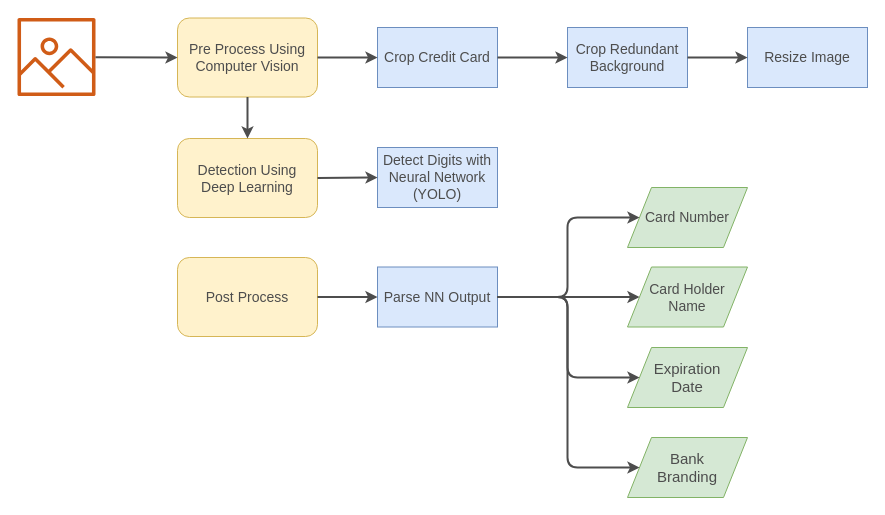
Above: Presentation/Diagrams/CreditCard.drawio in mikimakmel/Simpliify (draw.io), before the change. Source tidied: cells renumbered, new cells numbered last; positions are measured from the earlier drawing's top-left corner, leaving out a move shared by most shapes. Both pictures are drawn from the tidied source at 100%, with x=0, y=0 at pixel (17, 17).
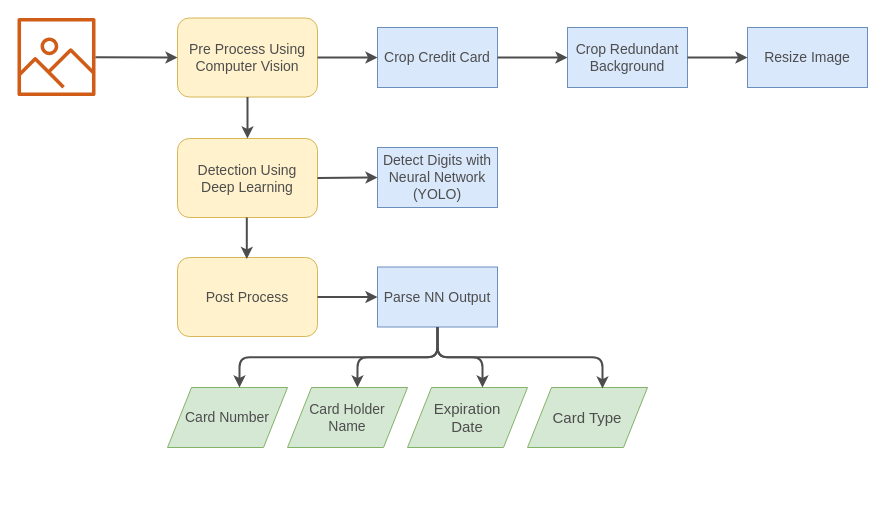
After the change.

Unchanged cells that the change refers to:
```xml
<mxCell id="7" value="&lt;font color=&quot;#4d4d4d&quot;&gt;&lt;span style=&quot;font-size: 14px&quot;&gt;Parse NN Output&lt;/span&gt;&lt;/font&gt;" style="rounded=0;whiteSpace=wrap;html=1;fillColor=#dae8fc;strokeColor=#6c8ebf;" parent="1" vertex="1">
  <mxGeometry x="360" y="249.5" width="120" height="60" as="geometry" />
</mxCell>
<mxCell id="14" value="&lt;font color=&quot;#4d4d4d&quot;&gt;&lt;span style=&quot;font-size: 14px&quot;&gt;Post Process&lt;/span&gt;&lt;/font&gt;" style="rounded=1;whiteSpace=wrap;html=1;fillColor=#fff2cc;strokeColor=#d6b656;" parent="1" vertex="1">
  <mxGeometry x="160" y="240" width="140" height="79" as="geometry" />
</mxCell>
```

The edit, as a diff of the source:
```diff
@@
     <mxCell id="8" value="&lt;font color=&quot;#4d4d4d&quot; style=&quot;font-size: 14px&quot;&gt;Card Holder&lt;br&gt;Name&lt;/font&gt;" style="shape=parallelogram;perimeter=parallelogramPerimeter;whiteSpace=wrap;html=1;fillColor=#d5e8d4;strokeColor=#82b366;" parent="1" vertex="1">
-      <mxGeometry x="610" y="249.5" width="120" height="60" as="geometry" />
+      <mxGeometry x="270" y="370" width="120" height="60" as="geometry" />
     </mxCell>
     <mxCell id="9" value="&lt;font color=&quot;#4d4d4d&quot; style=&quot;font-size: 14px&quot;&gt;Card Number&lt;/font&gt;" style="shape=parallelogram;perimeter=parallelogramPerimeter;whiteSpace=wrap;html=1;fillColor=#d5e8d4;strokeColor=#82b366;" parent="1" vertex="1">
-      <mxGeometry x="610" y="170" width="120" height="60" as="geometry" />
+      <mxGeometry x="150" y="370" width="120" height="60" as="geometry" />
     </mxCell>
     <mxCell id="10" value="&lt;font color=&quot;#4d4d4d&quot; style=&quot;font-size: 15px&quot;&gt;Expiration&lt;br&gt;Date&lt;/font&gt;" style="shape=parallelogram;perimeter=parallelogramPerimeter;whiteSpace=wrap;html=1;fillColor=#d5e8d4;strokeColor=#82b366;" parent="1" vertex="1">
-      <mxGeometry x="610" y="330" width="120" height="60" as="geometry" />
+      <mxGeometry x="390" y="370" width="120" height="60" as="geometry" />
     </mxCell>
-    <mxCell id="11" value="&lt;font style=&quot;font-size: 15px&quot; color=&quot;#4d4d4d&quot;&gt;Bank&lt;br&gt;Branding&lt;/font&gt;" style="shape=parallelogram;perimeter=parallelogramPerimeter;whiteSpace=wrap;html=1;fillColor=#d5e8d4;strokeColor=#82b366;" parent="1" vertex="1">
-      <mxGeometry x="610" y="420" width="120" height="60" as="geometry" />
+    <mxCell id="11" value="&lt;font color=&quot;#4d4d4d&quot;&gt;&lt;span style=&quot;font-size: 15px&quot;&gt;Card Type&lt;/span&gt;&lt;/font&gt;" style="shape=parallelogram;perimeter=parallelogramPerimeter;whiteSpace=wrap;html=1;fillColor=#d5e8d4;strokeColor=#82b366;" parent="1" vertex="1">
+      <mxGeometry x="510" y="370" width="120" height="60" as="geometry" />
     </mxCell>
@@
-    <mxCell id="21" style="endArrow=classic;html=1;strokeColor=#4D4D4D;strokeWidth=2;exitX=1;exitY=0.5;exitDx=0;exitDy=0;entryX=0;entryY=0.5;entryDx=0;entryDy=0;" parent="1" edge="1" source="14" target="7">
+    <mxCell id="21" style="endArrow=classic;html=1;strokeWidth=2;exitX=1;exitY=0.5;exitDx=0;exitDy=0;entryX=0;entryY=0.5;entryDx=0;entryDy=0;strokeColor=#4D4D4D;" parent="1" edge="1" source="14" target="7">
       <mxGeometry relative="1" as="geometry" />
     </mxCell>
+    <mxCell id="23" style="endArrow=classic;html=1;strokeColor=#4D4D4D;strokeWidth=2;exitX=0.5;exitY=1;exitDx=0;exitDy=0;entryX=0.583;entryY=0;entryDx=0;entryDy=0;entryPerimeter=0;edgeStyle=orthogonalEdgeStyle;" parent="1" edge="1" source="7" target="8">
+      <mxGeometry relative="1" as="geometry" />
+    </mxCell>
-    <mxCell id="22" style="endArrow=classic;html=1;strokeColor=#4D4D4D;strokeWidth=2;exitX=1;exitY=0.5;exitDx=0;exitDy=0;entryX=0;entryY=0.5;entryDx=0;entryDy=0;edgeStyle=orthogonalEdgeStyle;" parent="1" edge="1" source="7" target="9">
-      <mxGeometry relative="1" as="geometry">
-        <Array as="points">
-          <mxPoint x="550" y="280" />
-          <mxPoint x="550" y="200" />
-        </Array>
-      </mxGeometry>
+    <mxCell id="22" style="endArrow=classic;html=1;strokeColor=#4D4D4D;strokeWidth=2;exitX=0.5;exitY=1;exitDx=0;exitDy=0;entryX=0.6;entryY=0;entryDx=0;entryDy=0;entryPerimeter=0;edgeStyle=orthogonalEdgeStyle;" parent="1" edge="1" source="7" target="9">
+      <mxGeometry relative="1" as="geometry" />
     </mxCell>
-    <mxCell id="23" style="endArrow=classic;html=1;strokeColor=#4D4D4D;strokeWidth=2;exitX=1;exitY=0.5;exitDx=0;exitDy=0;entryX=0;entryY=0.5;entryDx=0;entryDy=0;" parent="1" edge="1" source="7" target="8">
-      <mxGeometry relative="1" as="geometry" />
-    </mxCell>
-    <mxCell id="24" style="endArrow=classic;html=1;strokeColor=#4D4D4D;strokeWidth=2;exitX=1;exitY=0.5;exitDx=0;exitDy=0;entryX=0;entryY=0.5;entryDx=0;entryDy=0;edgeStyle=orthogonalEdgeStyle;" parent="1" edge="1" source="7" target="10">
-      <mxGeometry relative="1" as="geometry">
-        <Array as="points">
-          <mxPoint x="550" y="280" />
-          <mxPoint x="550" y="360" />
-        </Array>
-      </mxGeometry>
+    <mxCell id="24" style="endArrow=classic;html=1;strokeColor=#4D4D4D;strokeWidth=2;exitX=0.5;exitY=1;exitDx=0;exitDy=0;entryX=0.625;entryY=0;entryDx=0;entryDy=0;entryPerimeter=0;edgeStyle=orthogonalEdgeStyle;" parent="1" edge="1" source="7" target="10">
+      <mxGeometry relative="1" as="geometry" />
     </mxCell>
-    <mxCell id="25" style="endArrow=classic;html=1;strokeColor=#4D4D4D;strokeWidth=2;exitX=1;exitY=0.5;exitDx=0;exitDy=0;entryX=0;entryY=0.5;entryDx=0;entryDy=0;edgeStyle=orthogonalEdgeStyle;" parent="1" edge="1" source="7" target="11">
-      <mxGeometry relative="1" as="geometry">
-        <Array as="points">
-          <mxPoint x="550" y="280" />
-          <mxPoint x="550" y="450" />
-        </Array>
-      </mxGeometry>
+    <mxCell id="25" style="endArrow=classic;html=1;strokeColor=#4D4D4D;strokeWidth=2;exitX=0.5;exitY=1;exitDx=0;exitDy=0;entryX=0.625;entryY=0.017;entryDx=0;entryDy=0;entryPerimeter=0;edgeStyle=orthogonalEdgeStyle;" parent="1" edge="1" source="7" target="11">
+      <mxGeometry relative="1" as="geometry" />
     </mxCell>
+    <mxCell id="26" style="endArrow=classic;html=1;strokeColor=#4D4D4D;strokeWidth=2;exitX=0.5;exitY=1;exitDx=0;exitDy=0;" parent="1" edge="1">
+      <mxGeometry relative="1" as="geometry">
+        <mxPoint x="229.3" y="200" as="sourcePoint" />
+        <mxPoint x="229.3" y="241.5" as="targetPoint" />
+      </mxGeometry>
+    </mxCell>
```
